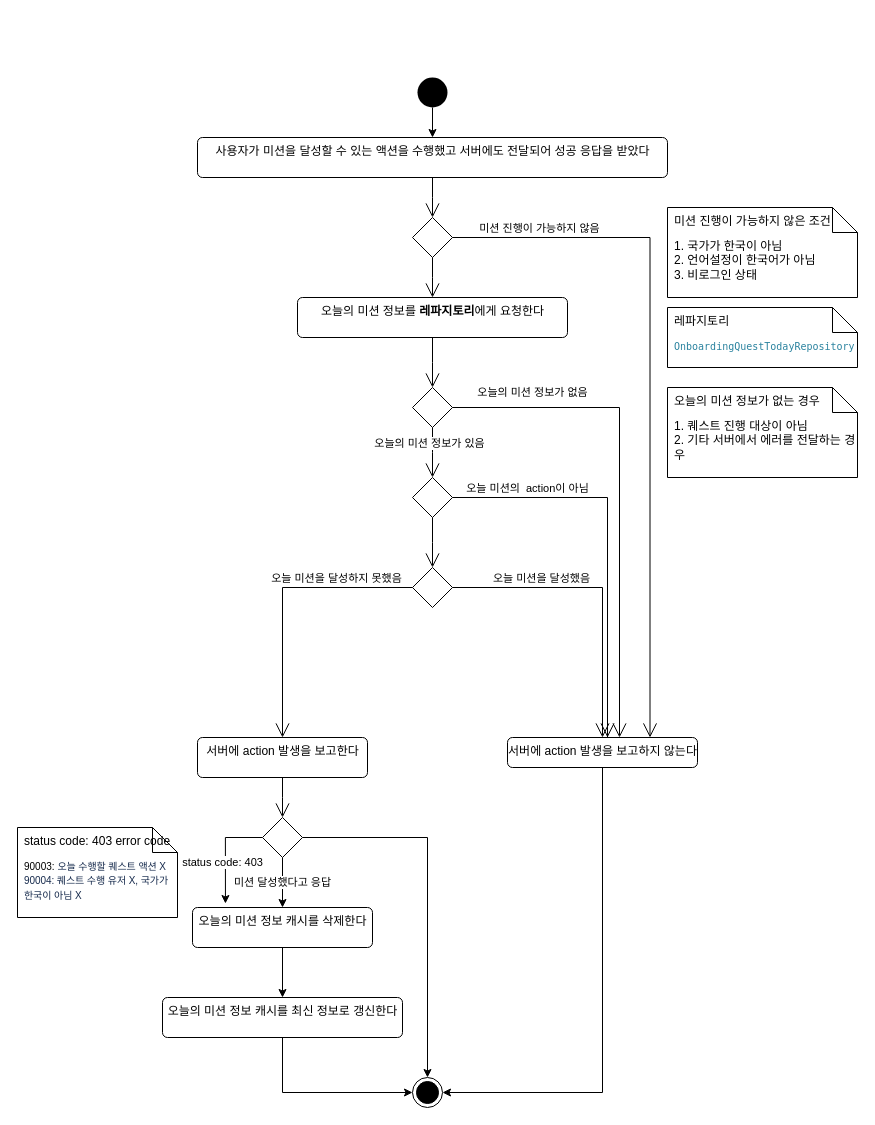
This is Untitled Diagram.drawio from gookhee/diagrams, a draw.io file, before an edit. Source tidied: cells renumbered, new cells numbered last; positions are measured from the earlier drawing's top-left corner, leaving out a move shared by most shapes. Both pictures are drawn from the tidied source at 100%, with x=0, y=0 at pixel (17, 77).
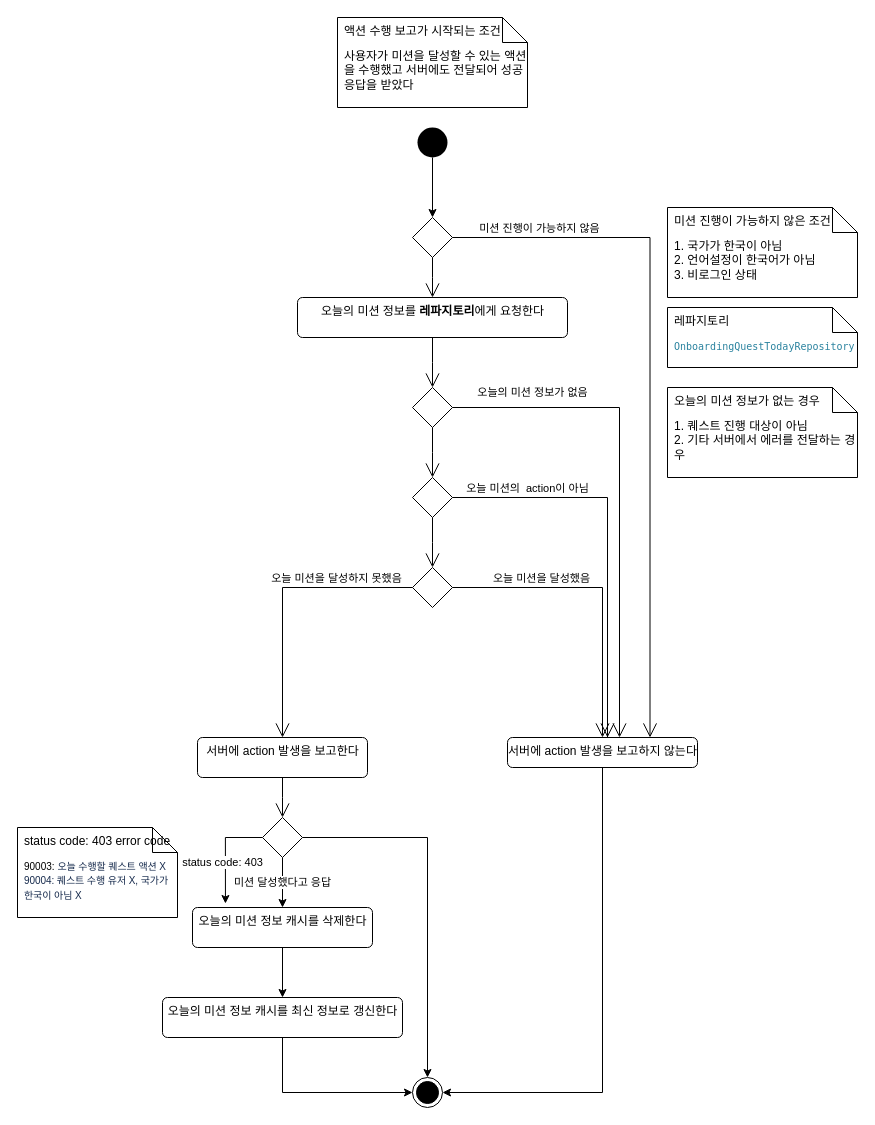
The same diagram, later.

Unchanged cells that the change refers to:
```xml
<mxCell id="8" style="shape=rhombus;html=1;verticalLabelPosition=bottom;verticalAlignment=top;" parent="1" vertex="1">
  <mxGeometry x="395" y="140" width="40" height="40" as="geometry" />
</mxCell>
<mxCell id="15" style="shape=rhombus;html=1;verticalLabelPosition=bottom;verticalAlignment=top;" parent="1" vertex="1">
  <mxGeometry x="395" y="400" width="40" height="40" as="geometry" />
</mxCell>
<mxCell id="16" style="edgeStyle=elbowEdgeStyle;html=1;elbow=horizontal;align=right;verticalAlign=bottom;endArrow=none;rounded=0;labelBackgroundColor=none;startArrow=open;startSize=12;entryX=0.5;entryY=1;entryDx=0;entryDy=0;" parent="1" edge="1" source="15" target="12">
  <mxGeometry relative="1" as="geometry" />
</mxCell>
<mxCell id="19" style="shape=rhombus;html=1;verticalLabelPosition=bottom;verticalAlignment=top;" parent="1" vertex="1">
  <mxGeometry x="395" y="490" width="40" height="40" as="geometry" />
</mxCell>
```

Change to the diagram source:
```diff
@@
-    <mxCell id="2" style="edgeStyle=orthogonalEdgeStyle;rounded=0;jettySize=auto;html=1;" parent="1" edge="1" source="3" target="5">
+    <mxCell id="2" style="edgeStyle=orthogonalEdgeStyle;rounded=0;jettySize=auto;html=1;entryX=0.5;entryY=0;entryDx=0;entryDy=0;" parent="1" edge="1" source="3" target="8">
       <mxGeometry relative="1" as="geometry" />
     </mxCell>
     <mxCell id="3" style="ellipse;fillColor=#000000;strokeColor=none;" parent="1" vertex="1">
-      <mxGeometry x="400" width="30" height="30" as="geometry" />
+      <mxGeometry x="400" y="50" width="30" height="30" as="geometry" />
     </mxCell>
@@
-    <mxCell id="5" value="사용자가 미션을 달성할 수 있는 액션을 수행했고 서버에도 전달되어 성공 응답을 받았다" style="html=1;align=center;verticalAlign=top;rounded=1;absoluteArcSize=1;arcSize=10;dashed=0;" parent="1" vertex="1">
-      <mxGeometry x="180" y="60" width="470" height="40" as="geometry" />
-    </mxCell>
@@
-    <mxCell id="9" style="edgeStyle=elbowEdgeStyle;html=1;elbow=horizontal;align=right;verticalAlign=bottom;endArrow=none;rounded=0;labelBackgroundColor=none;startArrow=open;startSize=12;entryX=0.5;entryY=1;entryDx=0;entryDy=0;" parent="1" edge="1" source="8" target="5">
-      <mxGeometry relative="1" as="geometry" />
-    </mxCell>
@@
-    <mxCell id="17" value="오늘의 미션 정보가 있음" style="edgeLabel;html=1;align=center;verticalAlign=middle;" parent="16" vertex="1">
-      <mxGeometry x="0.4" y="4" relative="1" as="geometry" />
-    </mxCell>
@@
-    <mxCell id="20" style="edgeStyle=elbowEdgeStyle;html=1;elbow=horizontal;align=right;verticalAlign=bottom;endArrow=none;rounded=0;labelBackgroundColor=none;startArrow=open;startSize=12;entryX=0.5;entryY=1;entryDx=0;entryDy=0;" parent="1" edge="1" source="19" target="15">
+    <mxCell id="20" style="edgeStyle=elbowEdgeStyle;html=1;elbow=vertical;align=right;verticalAlign=bottom;endArrow=none;rounded=0;labelBackgroundColor=none;startArrow=open;startSize=12;entryX=0.5;entryY=1;entryDx=0;entryDy=0;" parent="1" edge="1" source="19" target="15">
       <mxGeometry relative="1" as="geometry" />
     </mxCell>
@@
+    <mxCell id="5" value="&lt;span style=&quot;text-align: center&quot;&gt;사용자가 미션을 달성할 수 있는 액션을 수행했고 서버에도 전달되어 성공 응답을 받았다&lt;/span&gt;" style="shape=note2;boundedLbl=1;whiteSpace=wrap;html=1;size=25;verticalAlign=top;align=left;spacingLeft=5;" parent="1" vertex="1">
+      <mxGeometry x="320" y="-60" width="190" height="90" as="geometry" />
+    </mxCell>
+    <mxCell id="44" value="액션 수행 보고가 시작되는 조건" style="strokeColor=none;fillColor=none;align=left;spacingLeft=5;" parent="5" vertex="1">
+      <mxGeometry width="190" height="25" relative="1" as="geometry" />
+    </mxCell>
```
